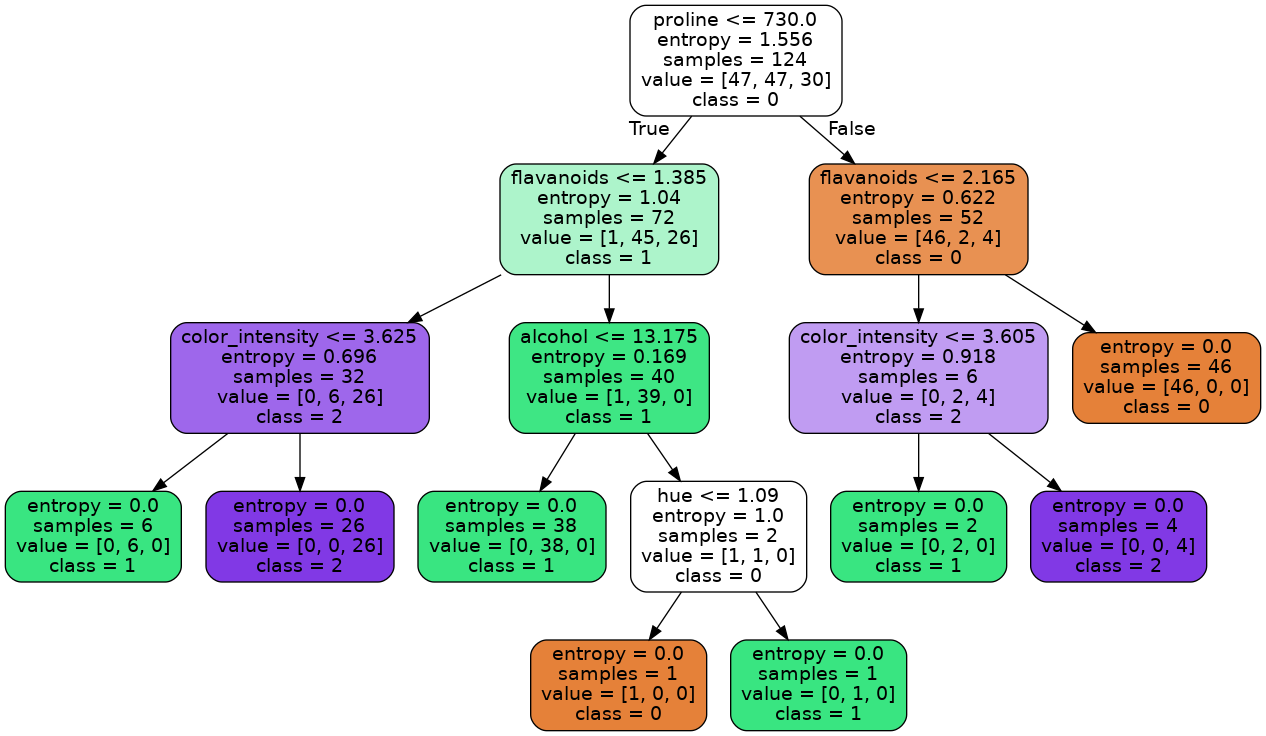
mocca006/python2-20250804 keeps this Graphviz diagram as Ch06_監督式學習-分類/tree02.png. Above is the earlier version. Its source is kept beside it as Ch06_監督式學習-分類/Tree02.dot.
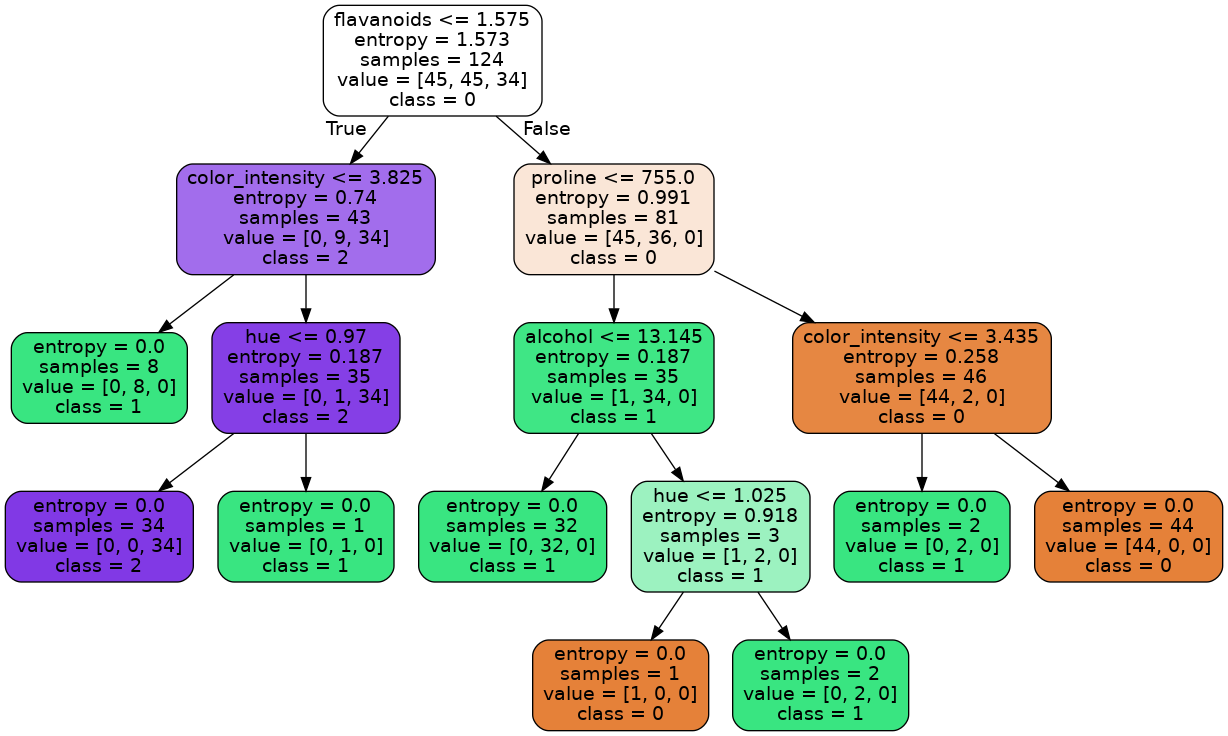
The same diagram one commit later.

What changed in the source:
```diff
@@ -1,33 +1,33 @@
 digraph Tree {
 node [shape=box, style="filled, rounded", color="black", fontname="helvetica"] ;
 edge [fontname="helvetica"] ;
-0 [label="proline <= 730.0\nentropy = 1.556\nsamples = 124\nvalue = [47, 47, 30]\nclass = 0", fillcolor="#ffffff"] ;
-1 [label="flavanoids <= 1.385\nentropy = 1.04\nsamples = 72\nvalue = [1, 45, 26]\nclass = 1", fillcolor="#adf4cb"] ;
+0 [label="flavanoids <= 1.575\nentropy = 1.573\nsamples = 124\nvalue = [45, 45, 34]\nclass = 0", fillcolor="#ffffff"] ;
+1 [label="color_intensity <= 3.825\nentropy = 0.74\nsamples = 43\nvalue = [0, 9, 34]\nclass = 2", fillcolor="#a26dec"] ;
 0 -> 1 [labeldistance=2.5, labelangle=45, headlabel="True"] ;
-2 [label="color_intensity <= 3.625\nentropy = 0.696\nsamples = 32\nvalue = [0, 6, 26]\nclass = 2", fillcolor="#9e67eb"] ;
+2 [label="entropy = 0.0\nsamples = 8\nvalue = [0, 8, 0]\nclass = 1", fillcolor="#39e581"] ;
 1 -> 2 ;
-3 [label="entropy = 0.0\nsamples = 6\nvalue = [0, 6, 0]\nclass = 1", fillcolor="#39e581"] ;
-2 -> 3 ;
-4 [label="entropy = 0.0\nsamples = 26\nvalue = [0, 0, 26]\nclass = 2", fillcolor="#8139e5"] ;
-2 -> 4 ;
-5 [label="alcohol <= 13.175\nentropy = 0.169\nsamples = 40\nvalue = [1, 39, 0]\nclass = 1", fillcolor="#3ee684"] ;
-1 -> 5 ;
-6 [label="entropy = 0.0\nsamples = 38\nvalue = [0, 38, 0]\nclass = 1", fillcolor="#39e581"] ;
-5 -> 6 ;
-7 [label="hue <= 1.09\nentropy = 1.0\nsamples = 2\nvalue = [1, 1, 0]\nclass = 0", fillcolor="#ffffff"] ;
-5 -> 7 ;
-8 [label="entropy = 0.0\nsamples = 1\nvalue = [1, 0, 0]\nclass = 0", fillcolor="#e58139"] ;
+3 [label="hue <= 0.97\nentropy = 0.187\nsamples = 35\nvalue = [0, 1, 34]\nclass = 2", fillcolor="#853fe6"] ;
+1 -> 3 ;
+4 [label="entropy = 0.0\nsamples = 34\nvalue = [0, 0, 34]\nclass = 2", fillcolor="#8139e5"] ;
+3 -> 4 ;
+5 [label="entropy = 0.0\nsamples = 1\nvalue = [0, 1, 0]\nclass = 1", fillcolor="#39e581"] ;
+3 -> 5 ;
+6 [label="proline <= 755.0\nentropy = 0.991\nsamples = 81\nvalue = [45, 36, 0]\nclass = 0", fillcolor="#fae6d7"] ;
+0 -> 6 [labeldistance=2.5, labelangle=-45, headlabel="False"] ;
+7 [label="alcohol <= 13.145\nentropy = 0.187\nsamples = 35\nvalue = [1, 34, 0]\nclass = 1", fillcolor="#3fe685"] ;
+6 -> 7 ;
+8 [label="entropy = 0.0\nsamples = 32\nvalue = [0, 32, 0]\nclass = 1", fillcolor="#39e581"] ;
 7 -> 8 ;
-9 [label="entropy = 0.0\nsamples = 1\nvalue = [0, 1, 0]\nclass = 1", fillcolor="#39e581"] ;
+9 [label="hue <= 1.025\nentropy = 0.918\nsamples = 3\nvalue = [1, 2, 0]\nclass = 1", fillcolor="#9cf2c0"] ;
 7 -> 9 ;
-10 [label="flavanoids <= 2.165\nentropy = 0.622\nsamples = 52\nvalue = [46, 2, 4]\nclass = 0", fillcolor="#e89152"] ;
-0 -> 10 [labeldistance=2.5, labelangle=-45, headlabel="False"] ;
-11 [label="color_intensity <= 3.605\nentropy = 0.918\nsamples = 6\nvalue = [0, 2, 4]\nclass = 2", fillcolor="#c09cf2"] ;
-10 -> 11 ;
-12 [label="entropy = 0.0\nsamples = 2\nvalue = [0, 2, 0]\nclass = 1", fillcolor="#39e581"] ;
-11 -> 12 ;
-13 [label="entropy = 0.0\nsamples = 4\nvalue = [0, 0, 4]\nclass = 2", fillcolor="#8139e5"] ;
-11 -> 13 ;
-14 [label="entropy = 0.0\nsamples = 46\nvalue = [46, 0, 0]\nclass = 0", fillcolor="#e58139"] ;
-10 -> 14 ;
+10 [label="entropy = 0.0\nsamples = 1\nvalue = [1, 0, 0]\nclass = 0", fillcolor="#e58139"] ;
+9 -> 10 ;
+11 [label="entropy = 0.0\nsamples = 2\nvalue = [0, 2, 0]\nclass = 1", fillcolor="#39e581"] ;
+9 -> 11 ;
+12 [label="color_intensity <= 3.435\nentropy = 0.258\nsamples = 46\nvalue = [44, 2, 0]\nclass = 0", fillcolor="#e68742"] ;
+6 -> 12 ;
+13 [label="entropy = 0.0\nsamples = 2\nvalue = [0, 2, 0]\nclass = 1", fillcolor="#39e581"] ;
+12 -> 13 ;
+14 [label="entropy = 0.0\nsamples = 44\nvalue = [44, 0, 0]\nclass = 0", fillcolor="#e58139"] ;
+12 -> 14 ;
 }
```
